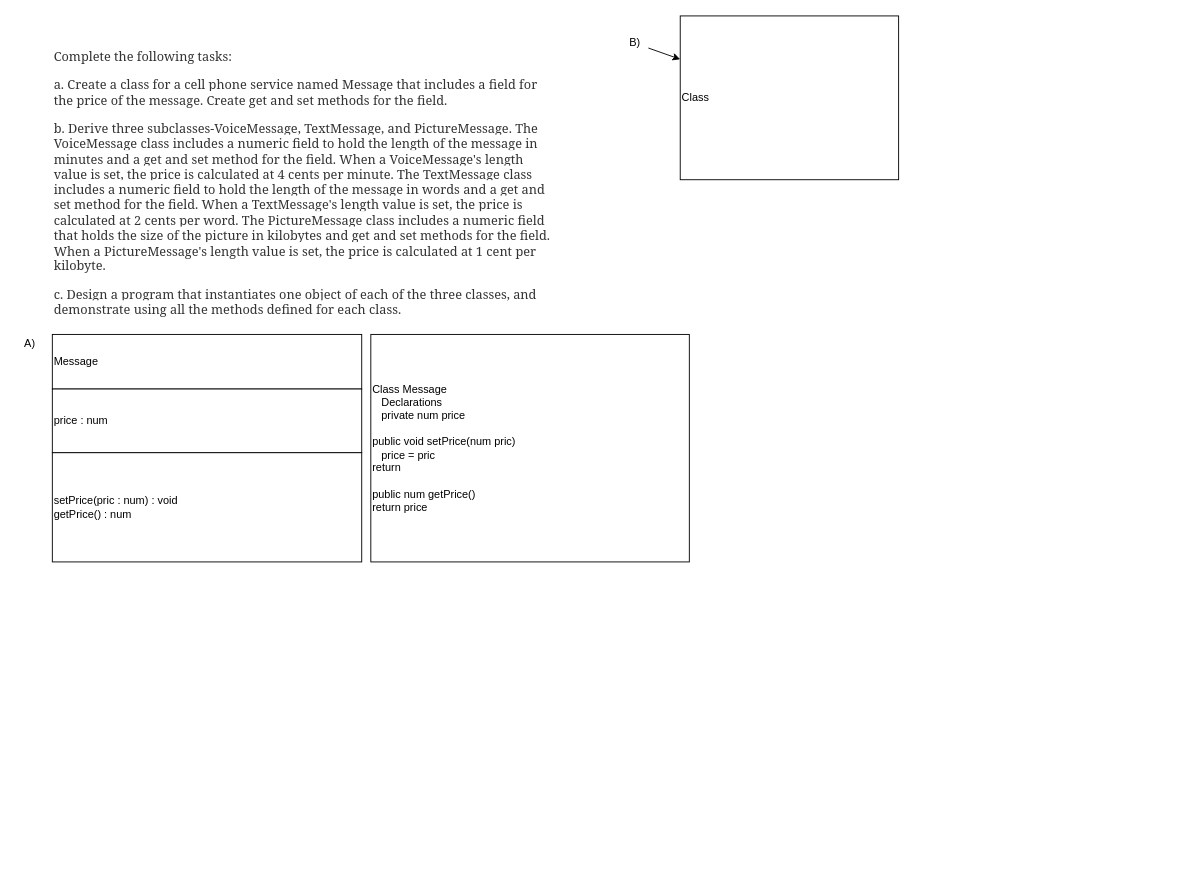
sweetrellish/python_work1 keeps this draw.io diagram as Problem Solving/message.drawio. Above is the earlier version. Source tidied: cells renumbered, new cells numbered last; positions are measured from the earlier drawing's top-left corner, leaving out a move shared by most shapes. Both pictures are drawn from the tidied source at 91%, with x=0, y=0 at pixel (15, 15).
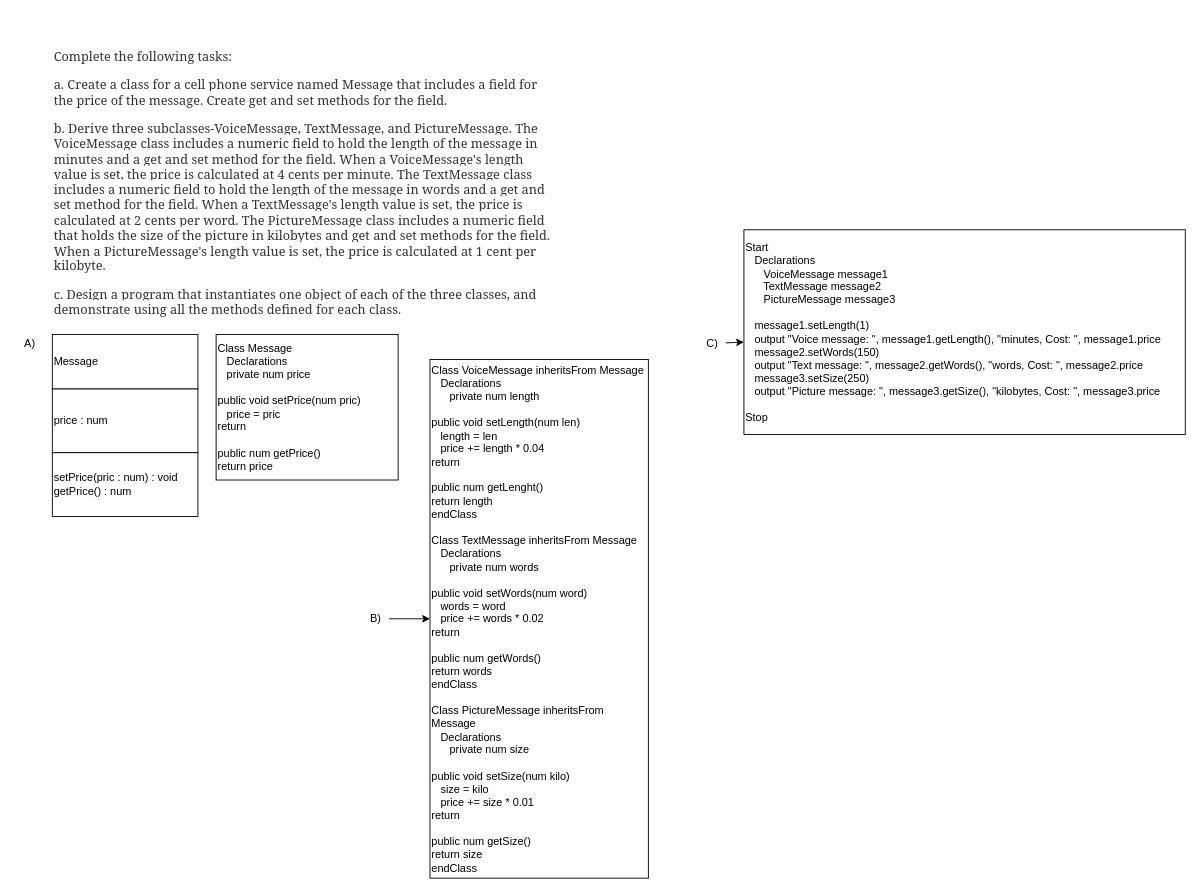
The same diagram, later.

The edit, as a diff of the source:
```diff
@@
 <mxGraphModel>
   <root>
     <mxCell id="0" />
     <mxCell id="1" parent="0" />
     <mxCell id="2" value="&lt;span style=&quot;color: rgb(51, 51, 51); font-family: georgia, times, &amp;quot;times new roman&amp;quot;, serif; font-size: 14px; font-style: normal; font-weight: 400; letter-spacing: normal; text-indent: 0px; text-transform: none; word-spacing: 0px; background-color: rgb(255, 255, 255); display: inline; float: none;&quot;&gt;Complete the following tasks:&lt;/span&gt;&lt;br style=&quot;color: rgb(51, 51, 51); font-family: georgia, times, &amp;quot;times new roman&amp;quot;, serif; font-size: 14px; font-style: normal; font-weight: 400; letter-spacing: normal; text-indent: 0px; text-transform: none; word-spacing: 0px; background-color: rgb(255, 255, 255);&quot;&gt;&lt;br style=&quot;color: rgb(51, 51, 51); font-family: georgia, times, &amp;quot;times new roman&amp;quot;, serif; font-size: 14px; font-style: normal; font-weight: 400; letter-spacing: normal; text-indent: 0px; text-transform: none; word-spacing: 0px; background-color: rgb(255, 255, 255);&quot;&gt;&lt;span style=&quot;color: rgb(51, 51, 51); font-family: georgia, times, &amp;quot;times new roman&amp;quot;, serif; font-size: 14px; font-style: normal; font-weight: 400; letter-spacing: normal; text-indent: 0px; text-transform: none; word-spacing: 0px; background-color: rgb(255, 255, 255); display: inline; float: none;&quot;&gt;a. Create a class for a cell phone service named Message that includes a field for the price of the message. Create get and set methods for the field.&lt;/span&gt;&lt;br style=&quot;color: rgb(51, 51, 51); font-family: georgia, times, &amp;quot;times new roman&amp;quot;, serif; font-size: 14px; font-style: normal; font-weight: 400; letter-spacing: normal; text-indent: 0px; text-transform: none; word-spacing: 0px; background-color: rgb(255, 255, 255);&quot;&gt;&lt;br style=&quot;color: rgb(51, 51, 51); font-family: georgia, times, &amp;quot;times new roman&amp;quot;, serif; font-size: 14px; font-style: normal; font-weight: 400; letter-spacing: normal; text-indent: 0px; text-transform: none; word-spacing: 0px; background-color: rgb(255, 255, 255);&quot;&gt;&lt;span style=&quot;color: rgb(51, 51, 51); font-family: georgia, times, &amp;quot;times new roman&amp;quot;, serif; font-size: 14px; font-style: normal; font-weight: 400; letter-spacing: normal; text-indent: 0px; text-transform: none; word-spacing: 0px; background-color: rgb(255, 255, 255); display: inline; float: none;&quot;&gt;b. Derive three subclasses-VoiceMessage, TextMessage, and PictureMessage. The VoiceMessage class includes a numeric field to hold the length of the message in minutes and a get and set method for the field. When a VoiceMessage's length value is set, the price is calculated at 4 cents per minute. The TextMessage class includes a numeric field to hold the length of the message in words and a get and set method for the field. When a TextMessage's length value is set, the price is calculated at 2 cents per word. The PictureMessage class includes a numeric field that holds the size of the picture in kilobytes and get and set methods for the field. When a PictureMessage's length value is set, the price is calculated at 1 cent per kilobyte.&lt;/span&gt;&lt;br style=&quot;color: rgb(51, 51, 51); font-family: georgia, times, &amp;quot;times new roman&amp;quot;, serif; font-size: 14px; font-style: normal; font-weight: 400; letter-spacing: normal; text-indent: 0px; text-transform: none; word-spacing: 0px; background-color: rgb(255, 255, 255);&quot;&gt;&lt;br style=&quot;color: rgb(51, 51, 51); font-family: georgia, times, &amp;quot;times new roman&amp;quot;, serif; font-size: 14px; font-style: normal; font-weight: 400; letter-spacing: normal; text-indent: 0px; text-transform: none; word-spacing: 0px; background-color: rgb(255, 255, 255);&quot;&gt;&lt;span style=&quot;color: rgb(51, 51, 51); font-family: georgia, times, &amp;quot;times new roman&amp;quot;, serif; font-size: 14px; font-style: normal; font-weight: 400; letter-spacing: normal; text-indent: 0px; text-transform: none; word-spacing: 0px; background-color: rgb(255, 255, 255); display: inline; float: none;&quot;&gt;c. Design a program that instantiates one object of each of the three classes, and demonstrate using all the methods defined for each class.&lt;/span&gt;" style="text;whiteSpace=wrap;html=1;" parent="1" vertex="1">
       <mxGeometry x="40" y="30" width="550" height="260" as="geometry" />
     </mxCell>
     <mxCell id="3" value="Class Message&lt;br&gt;&amp;nbsp; &amp;nbsp;Declarations&lt;br&gt;&amp;nbsp; &amp;nbsp;private num price&lt;br&gt;&lt;br&gt;public void setPrice(num pric)&lt;br&gt;&amp;nbsp; &amp;nbsp;price = pric&lt;br&gt;return&lt;br&gt;&lt;br&gt;public num getPrice()&lt;br&gt;return price" style="whiteSpace=wrap;html=1;align=left;" parent="1" vertex="1">
-      <mxGeometry x="390" y="350" width="350" height="250" as="geometry" />
+      <mxGeometry x="220" y="350" width="200" height="160" as="geometry" />
     </mxCell>
     <mxCell id="4" value="Message" style="whiteSpace=wrap;html=1;align=left;" parent="1" vertex="1">
-      <mxGeometry x="40" y="350" width="340" height="60" as="geometry" />
+      <mxGeometry x="40" y="350" width="160" height="60" as="geometry" />
     </mxCell>
     <mxCell id="5" value="price : num" style="whiteSpace=wrap;html=1;align=left;" parent="1" vertex="1">
-      <mxGeometry x="40" y="410" width="340" height="70" as="geometry" />
+      <mxGeometry x="40" y="410" width="160" height="70" as="geometry" />
     </mxCell>
     <mxCell id="6" value="setPrice(pric : num) : void&lt;br&gt;getPrice() : num" style="whiteSpace=wrap;html=1;align=left;" parent="1" vertex="1">
-      <mxGeometry x="40" y="480" width="340" height="120" as="geometry" />
+      <mxGeometry x="40" y="480" width="160" height="70" as="geometry" />
     </mxCell>
     <mxCell id="7" value="A)" style="text;html=1;align=center;verticalAlign=middle;strokeColor=none;fillColor=none;" parent="1" vertex="1">
       <mxGeometry y="350" width="30" height="20" as="geometry" />
     </mxCell>
     <mxCell id="8" style="edgeStyle=none;html=1;" parent="1" edge="1" source="9" target="10">
       <mxGeometry relative="1" as="geometry" />
     </mxCell>
     <mxCell id="9" value="B)" style="text;html=1;align=center;verticalAlign=middle;points=[];strokeColor=none;fillColor=none;" parent="1" vertex="1">
-      <mxGeometry x="665" y="20" width="30" height="20" as="geometry" />
+      <mxGeometry x="380" y="652.5" width="30" height="20" as="geometry" />
     </mxCell>
-    <mxCell id="10" value="Class&amp;nbsp;" style="whiteSpace=wrap;html=1;align=left;" parent="1" vertex="1">
-      <mxGeometry x="730" width="240" height="180" as="geometry" />
+    <mxCell id="10" value="Class VoiceMessage inheritsFrom Message&lt;br&gt;&amp;nbsp; &amp;nbsp;Declarations&amp;nbsp;&lt;br&gt;&amp;nbsp; &amp;nbsp; &amp;nbsp; private num length&lt;br&gt;&amp;nbsp; &amp;nbsp; &amp;nbsp; &lt;br&gt;public void setLength(num len)&lt;br&gt;&amp;nbsp; &amp;nbsp;length = len&lt;br&gt;&amp;nbsp; &amp;nbsp;price += length * 0.04&lt;br&gt;return&lt;br&gt;&lt;br&gt;public num getLenght()&lt;br&gt;return length&lt;br&gt;endClass&lt;br&gt;&lt;br&gt;Class TextMessage inheritsFrom Message&lt;br&gt;&amp;nbsp; &amp;nbsp;Declarations&lt;br&gt;&amp;nbsp; &amp;nbsp; &amp;nbsp; private num words&lt;br&gt;&amp;nbsp; &amp;nbsp; &amp;nbsp;&amp;nbsp;&lt;br&gt;public void setWords(num word)&lt;br&gt;&amp;nbsp; &amp;nbsp;words = word&lt;br&gt;&amp;nbsp; &amp;nbsp;price += words * 0.02&lt;br&gt;return&lt;br&gt;&lt;br&gt;public num getWords()&lt;br&gt;return words&lt;br&gt;endClass&lt;br&gt;&lt;br&gt;Class PictureMessage inheritsFrom Message&lt;br&gt;&amp;nbsp; &amp;nbsp;Declarations&lt;br&gt;&amp;nbsp; &amp;nbsp; &amp;nbsp; private num size&lt;br&gt;&lt;br&gt;public void setSize(num kilo)&lt;br&gt;&amp;nbsp; &amp;nbsp;size = kilo&lt;br&gt;&amp;nbsp; &amp;nbsp;price += size * 0.01&lt;br&gt;return&lt;br&gt;&lt;br&gt;public num getSize()&lt;br&gt;return size&lt;br&gt;endClass" style="whiteSpace=wrap;html=1;align=left;" parent="1" vertex="1">
+      <mxGeometry x="455" y="377.5" width="240" height="570" as="geometry" />
     </mxCell>
+    <mxCell id="11" style="edgeStyle=none;html=1;" parent="1" edge="1" source="12" target="13">
+      <mxGeometry relative="1" as="geometry" />
+    </mxCell>
+    <mxCell id="12" value="C)" style="text;html=1;align=center;verticalAlign=middle;points=[];strokeColor=none;fillColor=none;" parent="1" vertex="1">
+      <mxGeometry x="750" y="350" width="30" height="20" as="geometry" />
+    </mxCell>
+    <mxCell id="13" value="Start&lt;br&gt;&amp;nbsp; &amp;nbsp;Declarations&lt;br&gt;&amp;nbsp; &amp;nbsp; &amp;nbsp; VoiceMessage message1&lt;br&gt;&amp;nbsp; &amp;nbsp; &amp;nbsp; TextMessage message2&lt;br&gt;&amp;nbsp; &amp;nbsp; &amp;nbsp; PictureMessage message3&lt;br&gt;&lt;br&gt;&amp;nbsp; &amp;nbsp;message1.setLength(1)&lt;br&gt;&amp;nbsp; &amp;nbsp;output &quot;Voice message: &quot;, message1.getLength(), &quot;minutes, Cost: &quot;, message1.price&lt;br&gt;&amp;nbsp; &amp;nbsp;message2.setWords(150)&lt;br&gt;&amp;nbsp; &amp;nbsp;output &quot;Text message: &quot;, message2.getWords(), &quot;words, Cost: &quot;, message2.price&lt;br&gt;&amp;nbsp; &amp;nbsp;message3.setSize(250)&lt;br&gt;&amp;nbsp; &amp;nbsp;output &quot;Picture message: &quot;, message3.getSize(), &quot;kilobytes, Cost: &quot;, message3.price&lt;br&gt;&lt;br&gt;Stop&amp;nbsp;&amp;nbsp;" style="whiteSpace=wrap;html=1;align=left;" parent="1" vertex="1">
+      <mxGeometry x="800" y="235" width="485" height="225" as="geometry" />
+    </mxCell>
   </root>
 </mxGraphModel>
```
